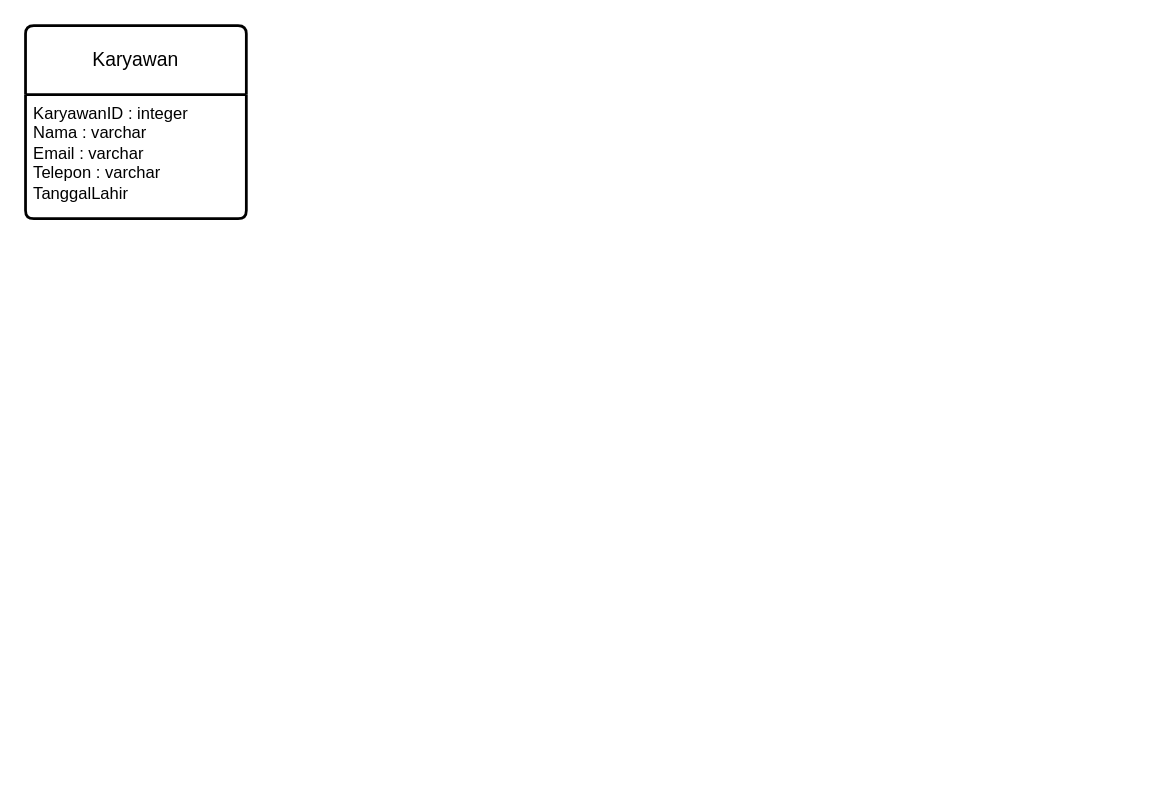
santanamnaa/drawio keeps this draw.io diagram as page "Ojan" (3 of 6) of ERD.drawio. Above is the earlier version. Source tidied: cells renumbered, new cells numbered last; positions are measured from the earlier drawing's top-left corner, leaving out a move shared by most shapes. Both pictures are drawn from the tidied source at 138%, with x=0, y=0 at pixel (25, 25).
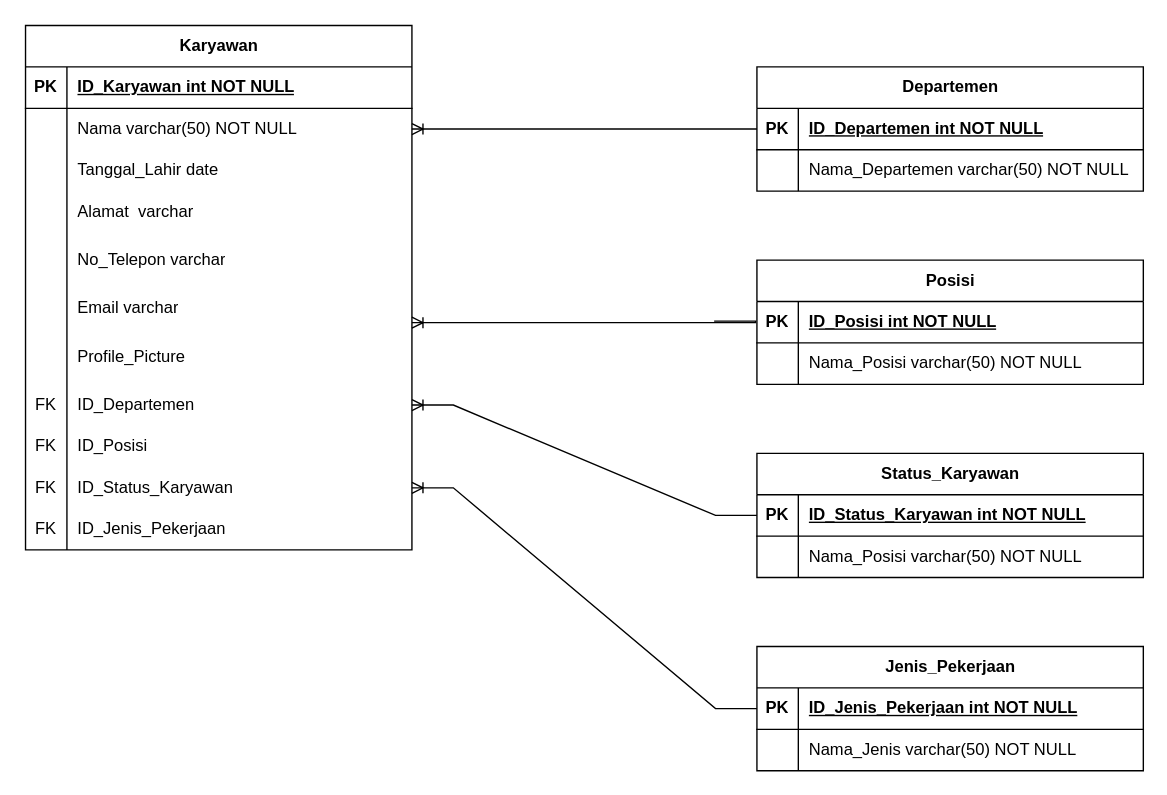
The same diagram, later.

The edit, as a diff of the source:
```diff
@@
-    <mxCell id="2" value="Karyawan" style="swimlane;horizontal=1;startSize=50;rounded=1;fontSize=14;fontStyle=0;strokeWidth=2;shadow=0;dashed=0;align=center;arcSize=4;whiteSpace=wrap;html=1;" parent="1" vertex="1">
-      <mxGeometry width="160" height="140" as="geometry" />
+    <mxCell id="2" value="Karyawan" style="shape=table;startSize=30;childLayout=tableLayout;rowLines=0;fontStyle=1;align=center;html=1;" parent="1" vertex="1">
+      <mxGeometry width="280" height="380" as="geometry" />
     </mxCell>
-    <mxCell id="3" value="KaryawanID : integer&lt;div&gt;Nama : varchar&lt;/div&gt;&lt;div&gt;Email : varchar&lt;/div&gt;&lt;div&gt;Telepon : varchar&lt;/div&gt;&lt;div&gt;TanggalLahir&lt;/div&gt;" style="align=left;strokeColor=none;fillColor=none;spacingLeft=4;fontSize=12;verticalAlign=top;html=1;" parent="2" vertex="1">
-      <mxGeometry y="50" width="160" height="90" as="geometry" />
-    </mxCell>
+    <mxCell id="4" style="shape=tableRow;horizontal=0;startSize=0;swimlaneHead=0;swimlaneBody=0;fillColor=none;top=0;left=0;right=0;bottom=1;" parent="2" vertex="1">
+      <mxGeometry y="30" width="280" height="30" as="geometry" />
+    </mxCell>
+    <mxCell id="5" value="PK" style="shape=partialRectangle;fillColor=none;top=0;left=0;bottom=0;right=0;fontStyle=1;overflow=hidden;whiteSpace=wrap;html=1;" parent="4" vertex="1">
+      <mxGeometry width="30" height="30" as="geometry" />
+    </mxCell>
+    <mxCell id="6" value="ID_Karyawan int NOT NULL" style="shape=partialRectangle;fillColor=none;top=0;left=0;bottom=0;right=0;align=left;spacingLeft=6;fontStyle=5;overflow=hidden;whiteSpace=wrap;html=1;" parent="4" vertex="1">
+      <mxGeometry x="30" width="250" height="30" as="geometry" />
+    </mxCell>
+    <mxCell id="7" style="shape=tableRow;horizontal=0;startSize=0;swimlaneHead=0;swimlaneBody=0;fillColor=none;points=[[0,0.5],[1,0.5]];portConstraint=eastwest;top=0;left=0;right=0;bottom=0;" parent="2" vertex="1">
+      <mxGeometry y="60" width="280" height="30" as="geometry" />
+    </mxCell>
+    <mxCell id="8" style="shape=partialRectangle;fillColor=none;top=0;left=0;bottom=0;right=0;overflow=hidden;whiteSpace=wrap;html=1;" parent="7" vertex="1">
+      <mxGeometry width="30" height="30" as="geometry" />
+    </mxCell>
+    <mxCell id="9" value="Nama varchar(50) NOT NULL" style="shape=partialRectangle;fillColor=none;top=0;left=0;bottom=0;right=0;align=left;spacingLeft=6;overflow=hidden;whiteSpace=wrap;html=1;" parent="7" vertex="1">
+      <mxGeometry x="30" width="250" height="30" as="geometry" />
+    </mxCell>
+    <mxCell id="10" style="shape=tableRow;horizontal=0;startSize=0;swimlaneHead=0;swimlaneBody=0;fillColor=none;top=0;left=0;right=0;bottom=0;" parent="2" vertex="1">
+      <mxGeometry y="90" width="280" height="30" as="geometry" />
+    </mxCell>
+    <mxCell id="11" style="shape=partialRectangle;fillColor=none;top=0;left=0;bottom=0;right=0;overflow=hidden;whiteSpace=wrap;html=1;" parent="10" vertex="1">
+      <mxGeometry width="30" height="30" as="geometry" />
+    </mxCell>
+    <mxCell id="12" value="Tanggal_Lahir date" style="shape=partialRectangle;fillColor=none;top=0;left=0;bottom=0;right=0;align=left;spacingLeft=6;overflow=hidden;whiteSpace=wrap;html=1;" parent="10" vertex="1">
+      <mxGeometry x="30" width="250" height="30" as="geometry" />
+    </mxCell>
+    <mxCell id="13" style="shape=tableRow;horizontal=0;startSize=0;swimlaneHead=0;swimlaneBody=0;fillColor=none;top=0;left=0;right=0;bottom=0;" parent="2" vertex="1">
+      <mxGeometry y="120" width="280" height="30" as="geometry" />
+    </mxCell>
+    <mxCell id="14" style="shape=partialRectangle;fillColor=none;top=0;left=0;bottom=0;right=0;overflow=hidden;whiteSpace=wrap;html=1;" parent="13" vertex="1">
+      <mxGeometry width="30" height="30" as="geometry" />
+    </mxCell>
+    <mxCell id="15" value="Alamat&amp;nbsp; varchar" style="shape=partialRectangle;fillColor=none;top=0;left=0;bottom=0;right=0;align=left;spacingLeft=6;overflow=hidden;whiteSpace=wrap;html=1;" parent="13" vertex="1">
+      <mxGeometry x="30" width="250" height="30" as="geometry" />
+    </mxCell>
+    <mxCell id="16" style="shape=tableRow;horizontal=0;startSize=0;swimlaneHead=0;swimlaneBody=0;fillColor=none;top=0;left=0;right=0;bottom=0;" parent="2" vertex="1">
+      <mxGeometry y="150" width="280" height="40" as="geometry" />
+    </mxCell>
+    <mxCell id="17" style="shape=partialRectangle;fillColor=none;top=0;left=0;bottom=0;right=0;overflow=hidden;whiteSpace=wrap;html=1;" parent="16" vertex="1">
+      <mxGeometry width="30" height="40" as="geometry" />
+    </mxCell>
+    <mxCell id="18" value="No_Telepon varchar" style="shape=partialRectangle;fillColor=none;top=0;left=0;bottom=0;right=0;align=left;spacingLeft=6;overflow=hidden;whiteSpace=wrap;html=1;" parent="16" vertex="1">
+      <mxGeometry x="30" width="250" height="40" as="geometry" />
+    </mxCell>
+    <mxCell id="19" style="shape=tableRow;horizontal=0;startSize=0;swimlaneHead=0;swimlaneBody=0;fillColor=none;top=0;left=0;right=0;bottom=0;" parent="2" vertex="1">
+      <mxGeometry y="190" width="280" height="30" as="geometry" />
+    </mxCell>
+    <mxCell id="20" style="shape=partialRectangle;fillColor=none;top=0;left=0;bottom=0;right=0;overflow=hidden;whiteSpace=wrap;html=1;" parent="19" vertex="1">
+      <mxGeometry width="30" height="30" as="geometry" />
+    </mxCell>
+    <mxCell id="21" value="Email varchar" style="shape=partialRectangle;fillColor=none;top=0;left=0;bottom=0;right=0;align=left;spacingLeft=6;overflow=hidden;whiteSpace=wrap;html=1;" parent="19" vertex="1">
+      <mxGeometry x="30" width="250" height="30" as="geometry" />
+    </mxCell>
+    <mxCell id="22" style="shape=tableRow;horizontal=0;startSize=0;swimlaneHead=0;swimlaneBody=0;fillColor=none;points=[[0,0.5],[1,0.5]];portConstraint=eastwest;top=0;left=0;right=0;bottom=0;" parent="2" vertex="1">
+      <mxGeometry y="220" width="280" height="40" as="geometry" />
+    </mxCell>
+    <mxCell id="23" style="shape=partialRectangle;fillColor=none;top=0;left=0;bottom=0;right=0;overflow=hidden;whiteSpace=wrap;html=1;" parent="22" vertex="1">
+      <mxGeometry width="30" height="40" as="geometry" />
+    </mxCell>
+    <mxCell id="24" value="Profile_Picture" style="shape=partialRectangle;fillColor=none;top=0;left=0;bottom=0;right=0;align=left;spacingLeft=6;overflow=hidden;whiteSpace=wrap;html=1;" parent="22" vertex="1">
+      <mxGeometry x="30" width="250" height="40" as="geometry" />
+    </mxCell>
+    <mxCell id="25" style="shape=tableRow;horizontal=0;startSize=0;swimlaneHead=0;swimlaneBody=0;fillColor=none;points=[[0,0.5],[1,0.5]];portConstraint=eastwest;top=0;left=0;right=0;bottom=0;" parent="2" vertex="1">
+      <mxGeometry y="260" width="280" height="30" as="geometry" />
+    </mxCell>
+    <mxCell id="26" value="FK" style="shape=partialRectangle;fillColor=none;top=0;left=0;bottom=0;right=0;overflow=hidden;whiteSpace=wrap;html=1;" parent="25" vertex="1">
+      <mxGeometry width="30" height="30" as="geometry" />
+    </mxCell>
+    <mxCell id="27" value="ID_Departemen" style="shape=partialRectangle;fillColor=none;top=0;left=0;bottom=0;right=0;align=left;spacingLeft=6;overflow=hidden;whiteSpace=wrap;html=1;" parent="25" vertex="1">
+      <mxGeometry x="30" width="250" height="30" as="geometry" />
+    </mxCell>
+    <mxCell id="28" style="shape=tableRow;horizontal=0;startSize=0;swimlaneHead=0;swimlaneBody=0;fillColor=none;top=0;left=0;right=0;bottom=0;" parent="2" vertex="1">
+      <mxGeometry y="290" width="280" height="30" as="geometry" />
+    </mxCell>
+    <mxCell id="29" value="FK" style="shape=partialRectangle;fillColor=none;top=0;left=0;bottom=0;right=0;overflow=hidden;whiteSpace=wrap;html=1;" parent="28" vertex="1">
+      <mxGeometry width="30" height="30" as="geometry" />
+    </mxCell>
+    <mxCell id="30" value="ID_Posisi" style="shape=partialRectangle;fillColor=none;top=0;left=0;bottom=0;right=0;align=left;spacingLeft=6;overflow=hidden;whiteSpace=wrap;html=1;" parent="28" vertex="1">
+      <mxGeometry x="30" width="250" height="30" as="geometry" />
+    </mxCell>
+    <mxCell id="31" style="shape=tableRow;horizontal=0;startSize=0;swimlaneHead=0;swimlaneBody=0;fillColor=none;points=[[0,0.5],[1,0.5]];portConstraint=eastwest;top=0;left=0;right=0;bottom=0;" parent="2" vertex="1">
+      <mxGeometry y="320" width="280" height="30" as="geometry" />
+    </mxCell>
+    <mxCell id="32" value="FK" style="shape=partialRectangle;fillColor=none;top=0;left=0;bottom=0;right=0;overflow=hidden;whiteSpace=wrap;html=1;" parent="31" vertex="1">
+      <mxGeometry width="30" height="30" as="geometry" />
+    </mxCell>
+    <mxCell id="33" value="ID_Status_Karyawan" style="shape=partialRectangle;fillColor=none;top=0;left=0;bottom=0;right=0;align=left;spacingLeft=6;overflow=hidden;whiteSpace=wrap;html=1;" parent="31" vertex="1">
+      <mxGeometry x="30" width="250" height="30" as="geometry" />
+    </mxCell>
+    <mxCell id="34" style="shape=tableRow;horizontal=0;startSize=0;swimlaneHead=0;swimlaneBody=0;fillColor=none;top=0;left=0;right=0;bottom=0;" parent="2" vertex="1">
+      <mxGeometry y="350" width="280" height="30" as="geometry" />
+    </mxCell>
+    <mxCell id="35" value="FK" style="shape=partialRectangle;fillColor=none;top=0;left=0;bottom=0;right=0;overflow=hidden;whiteSpace=wrap;html=1;" parent="34" vertex="1">
+      <mxGeometry width="30" height="30" as="geometry" />
+    </mxCell>
+    <mxCell id="36" value="ID_Jenis_Pekerjaan" style="shape=partialRectangle;fillColor=none;top=0;left=0;bottom=0;right=0;align=left;spacingLeft=6;overflow=hidden;whiteSpace=wrap;html=1;" parent="34" vertex="1">
+      <mxGeometry x="30" width="250" height="30" as="geometry" />
+    </mxCell>
+    <mxCell id="37" value="Departemen" style="shape=table;startSize=30;childLayout=tableLayout;rowLines=0;fontStyle=1;align=center;html=1;" parent="1" vertex="1">
+      <mxGeometry x="530" y="30" width="280" height="90" as="geometry" />
+    </mxCell>
+    <mxCell id="38" style="shape=tableRow;horizontal=0;startSize=0;swimlaneHead=0;swimlaneBody=0;fillColor=none;points=[[0,0.5],[1,0.5]];portConstraint=eastwest;top=0;left=0;right=0;bottom=1;" parent="37" vertex="1">
+      <mxGeometry y="30" width="280" height="30" as="geometry" />
+    </mxCell>
+    <mxCell id="39" value="PK" style="shape=partialRectangle;fillColor=none;top=0;left=0;bottom=0;right=0;fontStyle=1;overflow=hidden;whiteSpace=wrap;html=1;" parent="38" vertex="1">
+      <mxGeometry width="30" height="30" as="geometry" />
+    </mxCell>
+    <mxCell id="40" value="ID_Departemen int NOT NULL" style="shape=partialRectangle;fillColor=none;top=0;left=0;bottom=0;right=0;align=left;spacingLeft=6;fontStyle=5;overflow=hidden;whiteSpace=wrap;html=1;" parent="38" vertex="1">
+      <mxGeometry x="30" width="250" height="30" as="geometry" />
+    </mxCell>
+    <mxCell id="41" style="shape=tableRow;horizontal=0;startSize=0;swimlaneHead=0;swimlaneBody=0;fillColor=none;top=0;left=0;right=0;bottom=0;" parent="37" vertex="1">
+      <mxGeometry y="60" width="280" height="30" as="geometry" />
+    </mxCell>
+    <mxCell id="42" style="shape=partialRectangle;fillColor=none;top=0;left=0;bottom=0;right=0;overflow=hidden;whiteSpace=wrap;html=1;" parent="41" vertex="1">
+      <mxGeometry width="30" height="30" as="geometry" />
+    </mxCell>
+    <mxCell id="43" value="Nama_Departemen varchar(50) NOT NULL" style="shape=partialRectangle;fillColor=none;top=0;left=0;bottom=0;right=0;align=left;spacingLeft=6;overflow=hidden;whiteSpace=wrap;html=1;" parent="41" vertex="1">
+      <mxGeometry x="30" width="250" height="30" as="geometry" />
+    </mxCell>
+    <mxCell id="44" value="Posisi" style="shape=table;startSize=30;childLayout=tableLayout;rowLines=0;fontStyle=1;align=center;html=1;" parent="1" vertex="1">
+      <mxGeometry x="530" y="170" width="280" height="90" as="geometry" />
+    </mxCell>
+    <mxCell id="45" style="shape=tableRow;horizontal=0;startSize=0;swimlaneHead=0;swimlaneBody=0;fillColor=none;top=0;left=0;right=0;bottom=1;" parent="44" vertex="1">
+      <mxGeometry y="30" width="280" height="30" as="geometry" />
+    </mxCell>
+    <mxCell id="46" value="PK" style="shape=partialRectangle;fillColor=none;top=0;left=0;bottom=0;right=0;fontStyle=1;overflow=hidden;whiteSpace=wrap;html=1;" parent="45" vertex="1">
+      <mxGeometry width="30" height="30" as="geometry" />
+    </mxCell>
+    <mxCell id="47" value="ID_Posisi int NOT NULL" style="shape=partialRectangle;fillColor=none;top=0;left=0;bottom=0;right=0;align=left;spacingLeft=6;fontStyle=5;overflow=hidden;whiteSpace=wrap;html=1;" parent="45" vertex="1">
+      <mxGeometry x="30" width="250" height="30" as="geometry" />
+    </mxCell>
+    <mxCell id="48" style="shape=tableRow;horizontal=0;startSize=0;swimlaneHead=0;swimlaneBody=0;fillColor=none;top=0;left=0;right=0;bottom=0;" parent="44" vertex="1">
+      <mxGeometry y="60" width="280" height="30" as="geometry" />
+    </mxCell>
+    <mxCell id="49" style="shape=partialRectangle;fillColor=none;top=0;left=0;bottom=0;right=0;overflow=hidden;whiteSpace=wrap;html=1;" parent="48" vertex="1">
+      <mxGeometry width="30" height="30" as="geometry" />
+    </mxCell>
+    <mxCell id="50" value="Nama_Posisi varchar(50) NOT NULL" style="shape=partialRectangle;fillColor=none;top=0;left=0;bottom=0;right=0;align=left;spacingLeft=6;overflow=hidden;whiteSpace=wrap;html=1;" parent="48" vertex="1">
+      <mxGeometry x="30" width="250" height="30" as="geometry" />
+    </mxCell>
+    <mxCell id="51" value="Status_Karyawan" style="shape=table;startSize=30;childLayout=tableLayout;rowLines=0;fontStyle=1;align=center;html=1;" parent="1" vertex="1">
+      <mxGeometry x="530" y="310" width="280" height="90" as="geometry" />
+    </mxCell>
+    <mxCell id="52" style="shape=tableRow;horizontal=0;startSize=0;swimlaneHead=0;swimlaneBody=0;fillColor=none;points=[[0,0.5],[1,0.5]];portConstraint=eastwest;top=0;left=0;right=0;bottom=1;" parent="51" vertex="1">
+      <mxGeometry y="30" width="280" height="30" as="geometry" />
+    </mxCell>
+    <mxCell id="53" value="PK" style="shape=partialRectangle;fillColor=none;top=0;left=0;bottom=0;right=0;fontStyle=1;overflow=hidden;whiteSpace=wrap;html=1;" parent="52" vertex="1">
+      <mxGeometry width="30" height="30" as="geometry" />
+    </mxCell>
+    <mxCell id="54" value="ID_Status_Karyawan int NOT NULL" style="shape=partialRectangle;fillColor=none;top=0;left=0;bottom=0;right=0;align=left;spacingLeft=6;fontStyle=5;overflow=hidden;whiteSpace=wrap;html=1;" parent="52" vertex="1">
+      <mxGeometry x="30" width="250" height="30" as="geometry" />
+    </mxCell>
+    <mxCell id="55" style="shape=tableRow;horizontal=0;startSize=0;swimlaneHead=0;swimlaneBody=0;fillColor=none;top=0;left=0;right=0;bottom=0;" parent="51" vertex="1">
+      <mxGeometry y="60" width="280" height="30" as="geometry" />
+    </mxCell>
+    <mxCell id="56" style="shape=partialRectangle;fillColor=none;top=0;left=0;bottom=0;right=0;overflow=hidden;whiteSpace=wrap;html=1;" parent="55" vertex="1">
+      <mxGeometry width="30" height="30" as="geometry" />
+    </mxCell>
+    <mxCell id="57" value="Nama_Posisi varchar(50) NOT NULL" style="shape=partialRectangle;fillColor=none;top=0;left=0;bottom=0;right=0;align=left;spacingLeft=6;overflow=hidden;whiteSpace=wrap;html=1;" parent="55" vertex="1">
+      <mxGeometry x="30" width="250" height="30" as="geometry" />
+    </mxCell>
+    <mxCell id="58" value="Jenis_Pekerjaan" style="shape=table;startSize=30;childLayout=tableLayout;rowLines=0;fontStyle=1;align=center;html=1;" parent="1" vertex="1">
+      <mxGeometry x="530" y="450" width="280" height="90" as="geometry" />
+    </mxCell>
+    <mxCell id="59" style="shape=tableRow;horizontal=0;startSize=0;swimlaneHead=0;swimlaneBody=0;fillColor=none;points=[[0,0.5],[1,0.5]];portConstraint=eastwest;top=0;left=0;right=0;bottom=1;" parent="58" vertex="1">
+      <mxGeometry y="30" width="280" height="30" as="geometry" />
+    </mxCell>
+    <mxCell id="60" value="PK" style="shape=partialRectangle;fillColor=none;top=0;left=0;bottom=0;right=0;fontStyle=1;overflow=hidden;whiteSpace=wrap;html=1;" parent="59" vertex="1">
+      <mxGeometry width="30" height="30" as="geometry" />
+    </mxCell>
+    <mxCell id="61" value="ID_Jenis_Pekerjaan int NOT NULL" style="shape=partialRectangle;fillColor=none;top=0;left=0;bottom=0;right=0;align=left;spacingLeft=6;fontStyle=5;overflow=hidden;whiteSpace=wrap;html=1;" parent="59" vertex="1">
+      <mxGeometry x="30" width="250" height="30" as="geometry" />
+    </mxCell>
+    <mxCell id="62" style="shape=tableRow;horizontal=0;startSize=0;swimlaneHead=0;swimlaneBody=0;fillColor=none;top=0;left=0;right=0;bottom=0;" parent="58" vertex="1">
+      <mxGeometry y="60" width="280" height="30" as="geometry" />
+    </mxCell>
+    <mxCell id="63" style="shape=partialRectangle;fillColor=none;top=0;left=0;bottom=0;right=0;overflow=hidden;whiteSpace=wrap;html=1;" parent="62" vertex="1">
+      <mxGeometry width="30" height="30" as="geometry" />
+    </mxCell>
+    <mxCell id="64" value="Nama_Jenis varchar(50) NOT NULL" style="shape=partialRectangle;fillColor=none;top=0;left=0;bottom=0;right=0;align=left;spacingLeft=6;overflow=hidden;whiteSpace=wrap;html=1;" parent="62" vertex="1">
+      <mxGeometry x="30" width="250" height="30" as="geometry" />
+    </mxCell>
+    <mxCell id="65" style="edgeStyle=entityRelationEdgeStyle;fontSize=12;html=1;endArrow=ERoneToMany;rounded=0;exitX=0;exitY=0.5;exitDx=0;exitDy=0;entryX=1;entryY=0.5;entryDx=0;entryDy=0;" parent="1" edge="1" source="38" target="7">
+      <mxGeometry relative="1" as="geometry">
+        <Array as="points">
+          <mxPoint x="430" y="91.7" />
+          <mxPoint x="360" y="75" />
+          <mxPoint x="280" y="30" />
+        </Array>
+      </mxGeometry>
+    </mxCell>
+    <mxCell id="66" style="edgeStyle=entityRelationEdgeStyle;fontSize=12;html=1;endArrow=ERoneToMany;rounded=0;exitX=0;exitY=0.5;exitDx=0;exitDy=0;entryX=1;entryY=-0.117;entryDx=0;entryDy=0;entryPerimeter=0;" parent="1" edge="1" target="22">
+      <mxGeometry relative="1" as="geometry">
+        <mxPoint x="499" y="214.2" as="sourcePoint" />
+        <Array as="points">
+          <mxPoint x="399" y="230.8" />
+          <mxPoint x="329" y="214.2" />
+        </Array>
+      </mxGeometry>
+    </mxCell>
+    <mxCell id="67" style="edgeStyle=entityRelationEdgeStyle;rounded=0;jettySize=auto;html=1;exitX=0;exitY=0.5;exitDx=0;exitDy=0;entryX=1;entryY=0.5;entryDx=0;entryDy=0;fontSize=12;endArrow=ERoneToMany;" parent="1" edge="1" source="52" target="25">
+      <mxGeometry relative="1" as="geometry" />
+    </mxCell>
+    <mxCell id="68" style="edgeStyle=entityRelationEdgeStyle;rounded=0;jettySize=auto;html=1;exitX=0;exitY=0.5;exitDx=0;exitDy=0;entryX=1;entryY=0.5;entryDx=0;entryDy=0;fontSize=12;endArrow=ERoneToMany;" parent="1" edge="1" source="59" target="31">
+      <mxGeometry relative="1" as="geometry" />
+    </mxCell>
```
